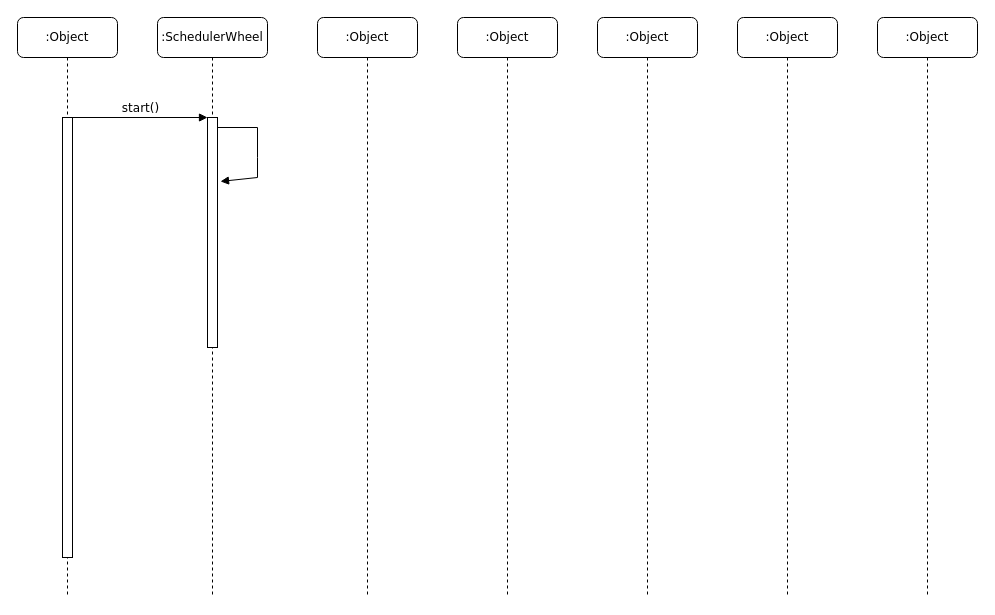
Above: 未命名绘图.drawio in baimu7/homework (draw.io), before the change. Source tidied: cells renumbered, new cells numbered last; positions are measured from the earlier drawing's top-left corner, leaving out a move shared by most shapes. Both pictures are drawn from the tidied source at 100%, with x=0, y=0 at pixel (17, 17).
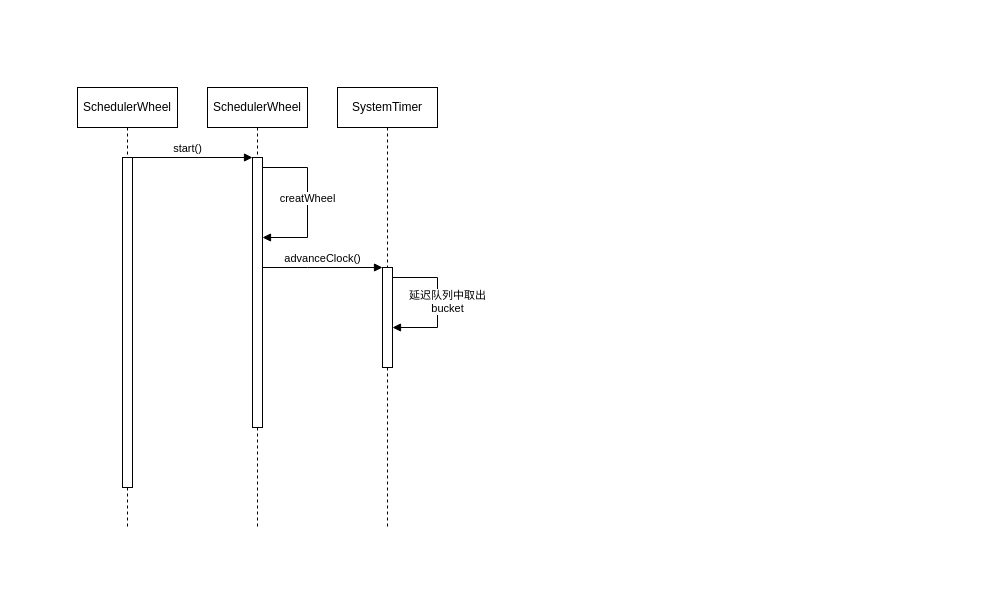
The same page after the edit.

Commit message:
更新未命名绘图.drawio

The edit, as a diff of the source:
```diff
@@
 <mxGraphModel>
   <root>
     <mxCell id="0" />
     <mxCell id="1" parent="0" />
-    <mxCell id="2" value=":SchedulerWheel" style="shape=umlLifeline;perimeter=lifelinePerimeter;whiteSpace=wrap;html=1;rounded=1;shadow=0;comic=0;labelBackgroundColor=none;strokeWidth=1;fontFamily=Verdana;fontSize=12;align=center;" parent="1" vertex="1">
-      <mxGeometry x="140" width="110" height="580" as="geometry" />
-    </mxCell>
-    <mxCell id="3" style="html=1;points=[];perimeter=orthogonalPerimeter;rounded=0;shadow=0;comic=0;labelBackgroundColor=none;strokeWidth=1;fontFamily=Verdana;fontSize=12;align=center;" parent="2" vertex="1">
-      <mxGeometry x="50" y="100" width="10" height="230" as="geometry" />
-    </mxCell>
-    <mxCell id="4" style="html=1;verticalAlign=bottom;labelBackgroundColor=none;endArrow=block;endFill=1;rounded=0;entryX=1.3;entryY=0.278;entryDx=0;entryDy=0;entryPerimeter=0;" parent="2" edge="1" target="3">
-      <mxGeometry relative="1" as="geometry">
-        <mxPoint x="60" y="110" as="sourcePoint" />
-        <Array as="points">
-          <mxPoint x="100" y="110" />
-          <mxPoint x="100" y="140" />
-          <mxPoint x="100" y="160" />
-        </Array>
-      </mxGeometry>
-    </mxCell>
-    <mxCell id="5" value=":Object" style="shape=umlLifeline;perimeter=lifelinePerimeter;whiteSpace=wrap;html=1;rounded=1;shadow=0;comic=0;labelBackgroundColor=none;strokeWidth=1;fontFamily=Verdana;fontSize=12;align=center;" parent="1" vertex="1">
-      <mxGeometry x="300" width="100" height="580" as="geometry" />
-    </mxCell>
-    <mxCell id="6" value=":Object" style="shape=umlLifeline;perimeter=lifelinePerimeter;whiteSpace=wrap;html=1;rounded=1;shadow=0;comic=0;labelBackgroundColor=none;strokeWidth=1;fontFamily=Verdana;fontSize=12;align=center;" parent="1" vertex="1">
-      <mxGeometry x="440" width="100" height="580" as="geometry" />
-    </mxCell>
-    <mxCell id="7" value=":Object" style="shape=umlLifeline;perimeter=lifelinePerimeter;whiteSpace=wrap;html=1;rounded=1;shadow=0;comic=0;labelBackgroundColor=none;strokeWidth=1;fontFamily=Verdana;fontSize=12;align=center;" parent="1" vertex="1">
-      <mxGeometry x="580" width="100" height="580" as="geometry" />
-    </mxCell>
-    <mxCell id="8" value=":Object" style="shape=umlLifeline;perimeter=lifelinePerimeter;whiteSpace=wrap;html=1;rounded=1;shadow=0;comic=0;labelBackgroundColor=none;strokeWidth=1;fontFamily=Verdana;fontSize=12;align=center;" parent="1" vertex="1">
-      <mxGeometry x="720" width="100" height="580" as="geometry" />
-    </mxCell>
-    <mxCell id="9" value=":Object" style="shape=umlLifeline;perimeter=lifelinePerimeter;whiteSpace=wrap;html=1;rounded=1;shadow=0;comic=0;labelBackgroundColor=none;strokeWidth=1;fontFamily=Verdana;fontSize=12;align=center;" parent="1" vertex="1">
-      <mxGeometry x="860" width="100" height="580" as="geometry" />
-    </mxCell>
-    <mxCell id="10" value=":Object" style="shape=umlLifeline;perimeter=lifelinePerimeter;whiteSpace=wrap;html=1;rounded=1;shadow=0;comic=0;labelBackgroundColor=none;strokeWidth=1;fontFamily=Verdana;fontSize=12;align=center;" parent="1" vertex="1">
-      <mxGeometry width="100" height="580" as="geometry" />
-    </mxCell>
-    <mxCell id="11" style="html=1;points=[];perimeter=orthogonalPerimeter;rounded=0;shadow=0;comic=0;labelBackgroundColor=none;strokeWidth=1;fontFamily=Verdana;fontSize=12;align=center;" parent="10" vertex="1">
-      <mxGeometry x="45" y="100" width="10" height="440" as="geometry" />
-    </mxCell>
+    <mxCell id="13" value="SchedulerWheel" style="shape=umlLifeline;perimeter=lifelinePerimeter;whiteSpace=wrap;html=1;newEdgeStyle={&quot;edgeStyle&quot;:&quot;elbowEdgeStyle&quot;,&quot;elbow&quot;:&quot;vertical&quot;,&quot;curved&quot;:0,&quot;rounded&quot;:0};" parent="1" vertex="1">
+      <mxGeometry x="60" y="70" width="100" height="440" as="geometry" />
+    </mxCell>
+    <mxCell id="14" style="html=1;perimeter=orthogonalPerimeter;targetShapes=umlLifeline;newEdgeStyle={&quot;curved&quot;:0,&quot;rounded&quot;:0};" parent="13" vertex="1">
+      <mxGeometry x="45" y="70" width="10" height="330" as="geometry" />
+    </mxCell>
+    <mxCell id="15" value="SchedulerWheel" style="shape=umlLifeline;perimeter=lifelinePerimeter;whiteSpace=wrap;html=1;newEdgeStyle={&quot;edgeStyle&quot;:&quot;elbowEdgeStyle&quot;,&quot;elbow&quot;:&quot;vertical&quot;,&quot;curved&quot;:0,&quot;rounded&quot;:0};" parent="1" vertex="1">
+      <mxGeometry x="190" y="70" width="100" height="440" as="geometry" />
+    </mxCell>
+    <mxCell id="16" style="html=1;points=[[0,0,0,0,5],[0,1,0,0,-5],[1,0,0,0,5],[1,1,0,0,-5]];perimeter=orthogonalPerimeter;outlineConnect=0;targetShapes=umlLifeline;portConstraint=eastwest;newEdgeStyle={&quot;curved&quot;:0,&quot;rounded&quot;:0};" parent="15" vertex="1">
+      <mxGeometry x="45" y="70" width="10" height="270" as="geometry" />
+    </mxCell>
+    <mxCell id="17" value="creatWheel" style="html=1;verticalAlign=bottom;endArrow=block;curved=0;rounded=0;" parent="15" edge="1" target="16">
+      <mxGeometry x="0.06" relative="1" as="geometry">
+        <mxPoint x="55" y="80" as="sourcePoint" />
+        <Array as="points">
+          <mxPoint x="100" y="80" />
+          <mxPoint x="100" y="150" />
+        </Array>
+      </mxGeometry>
+    </mxCell>
-    <mxCell id="12" value="start()" style="html=1;verticalAlign=bottom;endArrow=block;entryX=0;entryY=0;labelBackgroundColor=none;fontFamily=Verdana;fontSize=12;edgeStyle=elbowEdgeStyle;elbow=vertical;" parent="1" edge="1" source="11" target="3">
-      <mxGeometry x="0.01" relative="1" as="geometry" />
+    <mxCell id="12" value="start()" style="html=1;verticalAlign=bottom;endArrow=block;curved=0;rounded=0;entryX=0;entryY=0;entryDx=0;entryDy=5;entryPerimeter=0;" parent="1" edge="1">
+      <mxGeometry relative="1" as="geometry">
+        <mxPoint x="105" y="140" as="sourcePoint" />
+        <mxPoint x="235" y="140" as="targetPoint" />
+      </mxGeometry>
     </mxCell>
+    <mxCell id="18" value="SystemTimer" style="shape=umlLifeline;perimeter=lifelinePerimeter;whiteSpace=wrap;html=1;newEdgeStyle={&quot;edgeStyle&quot;:&quot;elbowEdgeStyle&quot;,&quot;elbow&quot;:&quot;vertical&quot;,&quot;curved&quot;:0,&quot;rounded&quot;:0};" parent="1" vertex="1">
+      <mxGeometry x="320" y="70" width="100" height="440" as="geometry" />
+    </mxCell>
+    <mxCell id="19" style="html=1;points=[[0,0,0,0,5],[0,1,0,0,-5],[1,0,0,0,5],[1,1,0,0,-5]];perimeter=orthogonalPerimeter;outlineConnect=0;targetShapes=umlLifeline;portConstraint=eastwest;newEdgeStyle={&quot;curved&quot;:0,&quot;rounded&quot;:0};" parent="18" vertex="1">
+      <mxGeometry x="45" y="180" width="10" height="100" as="geometry" />
+    </mxCell>
+    <mxCell id="20" value="advanceClock()" style="html=1;verticalAlign=bottom;endArrow=block;curved=0;rounded=0;" parent="1" edge="1" source="16" target="19">
+      <mxGeometry relative="1" as="geometry">
+        <Array as="points">
+          <mxPoint x="290" y="250" />
+        </Array>
+      </mxGeometry>
+    </mxCell>
+    <mxCell id="21" value="延迟队列中取出&lt;br&gt;bucket" style="html=1;verticalAlign=bottom;endArrow=block;curved=0;rounded=0;" parent="1" edge="1" target="19">
+      <mxGeometry x="0.21" y="10" relative="1" as="geometry">
+        <mxPoint x="375" y="260" as="sourcePoint" />
+        <Array as="points">
+          <mxPoint x="420" y="260" />
+          <mxPoint x="420" y="310" />
+        </Array>
+      </mxGeometry>
+    </mxCell>
   </root>
 </mxGraphModel>
```
